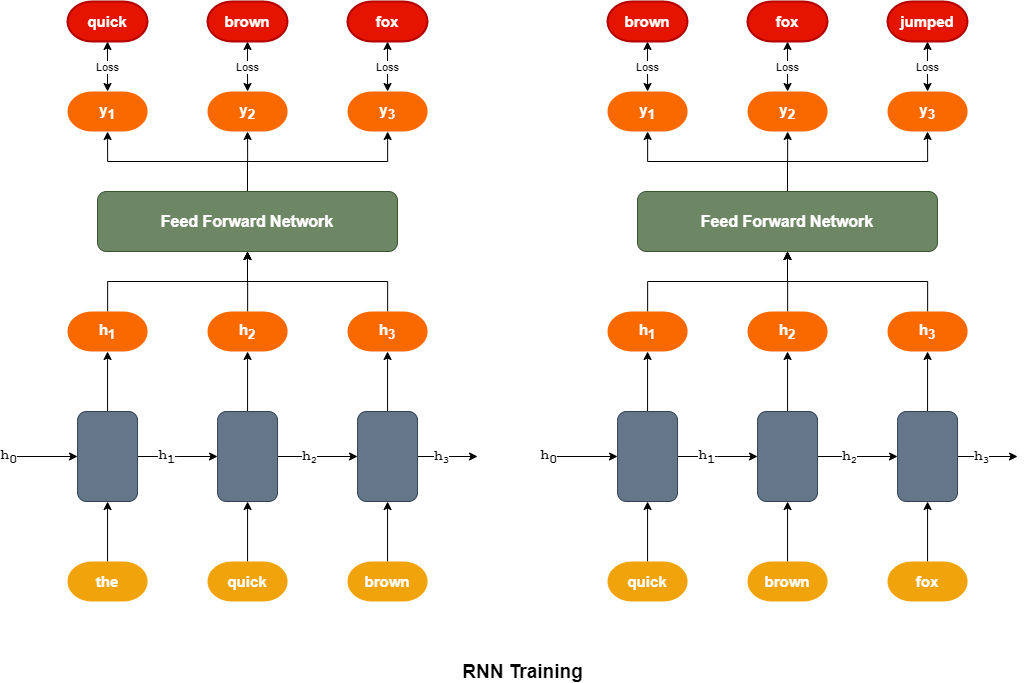
Before: images/rnn_architecture.png, a diagram exported from draw.io (manujosephv/language_model_zero_to_hero). Source tidied: cells renumbered, new cells last; positions are measured from the earlier drawing's top-left corner, leaving out a move shared by most shapes.
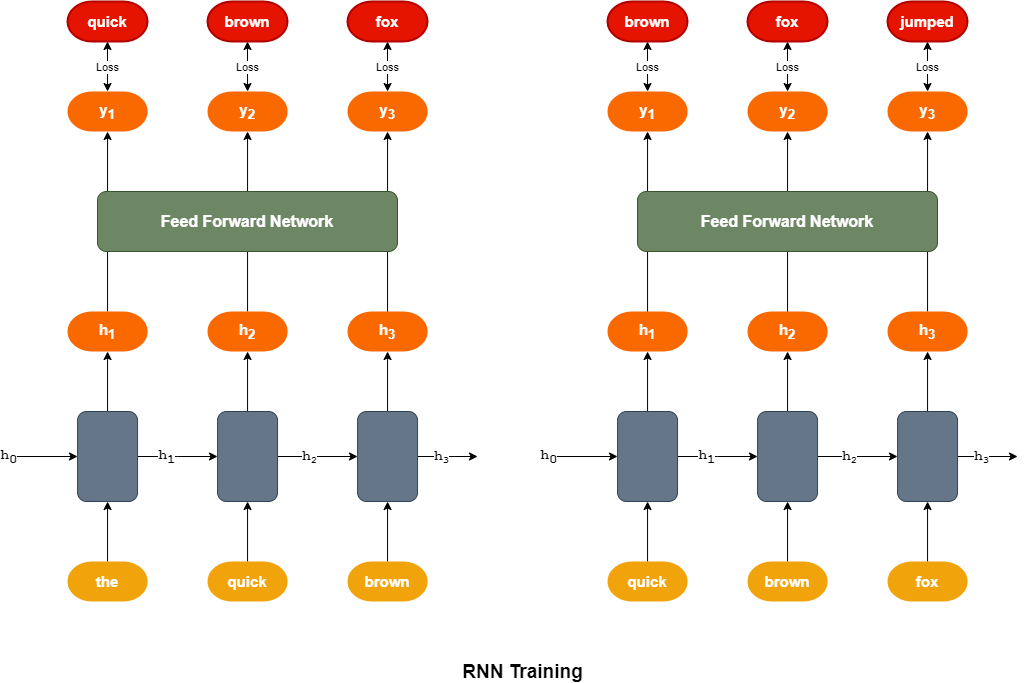
Above is the later version.

Diff of the diagram source:
```diff
@@ -225,63 +225,45 @@
     <mxCell id="60" value="&lt;font style=&quot;font-size: 19px&quot;&gt;&lt;b&gt;RNN Training&lt;/b&gt;&lt;/font&gt;" style="text;html=1;align=center;verticalAlign=middle;" parent="1" vertex="1">
       <mxGeometry x="445" y="660" width="140" height="20" as="geometry" />
     </mxCell>
-    <mxCell id="61" style="edgeStyle=orthogonalEdgeStyle;rounded=0;jettySize=auto;html=1;" parent="1" edge="1" source="62" target="76">
-      <mxGeometry relative="1" as="geometry" />
-    </mxCell>
+    <mxCell id="81" style="edgeStyle=orthogonalEdgeStyle;rounded=0;jettySize=auto;html=1;" parent="1" edge="1" source="62" target="7">
+      <mxGeometry relative="1" as="geometry" />
+    </mxCell>
     <mxCell id="62" value="&lt;span style=&quot;font-size: 15px&quot;&gt;&lt;b&gt;h&lt;sub&gt;1&lt;/sub&gt;&lt;/b&gt;&lt;/span&gt;" style="strokeWidth=2;html=1;shape=mxgraph.flowchart.terminator;whiteSpace=wrap;fillColor=#fa6800;fontColor=#ffffff;strokeColor=none;" parent="1" vertex="1">
       <mxGeometry x="60.1" y="310" width="80" height="40" as="geometry" />
     </mxCell>
-    <mxCell id="63" style="edgeStyle=orthogonalEdgeStyle;rounded=0;jettySize=auto;html=1;" parent="1" edge="1" source="64" target="76">
-      <mxGeometry relative="1" as="geometry" />
-    </mxCell>
+    <mxCell id="82" style="edgeStyle=orthogonalEdgeStyle;rounded=0;jettySize=auto;html=1;" parent="1" edge="1" source="64" target="13">
+      <mxGeometry relative="1" as="geometry" />
+    </mxCell>
     <mxCell id="64" value="&lt;span style=&quot;font-size: 15px&quot;&gt;&lt;b&gt;h&lt;sub&gt;2&lt;/sub&gt;&lt;/b&gt;&lt;/span&gt;" style="strokeWidth=2;html=1;shape=mxgraph.flowchart.terminator;whiteSpace=wrap;fillColor=#fa6800;fontColor=#ffffff;strokeColor=none;" parent="1" vertex="1">
       <mxGeometry x="200.1" y="310" width="80" height="40" as="geometry" />
     </mxCell>
-    <mxCell id="65" style="edgeStyle=orthogonalEdgeStyle;rounded=0;jettySize=auto;html=1;" parent="1" edge="1" source="66" target="76">
-      <mxGeometry relative="1" as="geometry" />
-    </mxCell>
+    <mxCell id="83" style="edgeStyle=orthogonalEdgeStyle;rounded=0;jettySize=auto;html=1;entryX=0.5;entryY=1;entryDx=0;entryDy=0;entryPerimeter=0;" parent="1" edge="1" source="66" target="19">
+      <mxGeometry relative="1" as="geometry" />
+    </mxCell>
     <mxCell id="66" value="&lt;span style=&quot;font-size: 15px&quot;&gt;&lt;b&gt;h&lt;sub&gt;3&lt;/sub&gt;&lt;/b&gt;&lt;/span&gt;" style="strokeWidth=2;html=1;shape=mxgraph.flowchart.terminator;whiteSpace=wrap;fillColor=#fa6800;fontColor=#ffffff;strokeColor=none;" parent="1" vertex="1">
       <mxGeometry x="340.1" y="310" width="80" height="40" as="geometry" />
     </mxCell>
-    <mxCell id="67" style="edgeStyle=orthogonalEdgeStyle;rounded=0;jettySize=auto;html=1;" parent="1" edge="1" source="68" target="80">
-      <mxGeometry relative="1" as="geometry" />
-    </mxCell>
+    <mxCell id="84" style="edgeStyle=orthogonalEdgeStyle;rounded=0;jettySize=auto;html=1;entryX=0.5;entryY=1;entryDx=0;entryDy=0;entryPerimeter=0;" parent="1" edge="1" source="68" target="36">
+      <mxGeometry relative="1" as="geometry" />
+    </mxCell>
     <mxCell id="68" value="&lt;span style=&quot;font-size: 15px&quot;&gt;&lt;b&gt;h&lt;sub&gt;1&lt;/sub&gt;&lt;/b&gt;&lt;/span&gt;" style="strokeWidth=2;html=1;shape=mxgraph.flowchart.terminator;whiteSpace=wrap;fillColor=#fa6800;fontColor=#ffffff;strokeColor=none;" parent="1" vertex="1">
       <mxGeometry x="600.1" y="310" width="80" height="40" as="geometry" />
     </mxCell>
-    <mxCell id="69" style="edgeStyle=orthogonalEdgeStyle;rounded=0;jettySize=auto;html=1;" parent="1" edge="1" source="70" target="80">
-      <mxGeometry relative="1" as="geometry" />
-    </mxCell>
+    <mxCell id="85" style="edgeStyle=orthogonalEdgeStyle;rounded=0;jettySize=auto;html=1;entryX=0.5;entryY=1;entryDx=0;entryDy=0;entryPerimeter=0;" parent="1" edge="1" source="70" target="42">
+      <mxGeometry relative="1" as="geometry" />
+    </mxCell>
     <mxCell id="70" value="&lt;span style=&quot;font-size: 15px&quot;&gt;&lt;b&gt;h&lt;sub&gt;2&lt;/sub&gt;&lt;/b&gt;&lt;/span&gt;" style="strokeWidth=2;html=1;shape=mxgraph.flowchart.terminator;whiteSpace=wrap;fillColor=#fa6800;fontColor=#ffffff;strokeColor=none;" parent="1" vertex="1">
       <mxGeometry x="740.1" y="310" width="80" height="40" as="geometry" />
     </mxCell>
-    <mxCell id="71" style="edgeStyle=orthogonalEdgeStyle;rounded=0;jettySize=auto;html=1;" parent="1" edge="1" source="72" target="80">
-      <mxGeometry relative="1" as="geometry" />
-    </mxCell>
+    <mxCell id="86" style="edgeStyle=orthogonalEdgeStyle;rounded=0;jettySize=auto;html=1;" parent="1" edge="1" source="72" target="48">
+      <mxGeometry relative="1" as="geometry" />
+    </mxCell>
     <mxCell id="72" value="&lt;span style=&quot;font-size: 15px&quot;&gt;&lt;b&gt;h&lt;sub&gt;3&lt;/sub&gt;&lt;/b&gt;&lt;/span&gt;" style="strokeWidth=2;html=1;shape=mxgraph.flowchart.terminator;whiteSpace=wrap;fillColor=#fa6800;fontColor=#ffffff;strokeColor=none;" parent="1" vertex="1">
       <mxGeometry x="880.1" y="310" width="80" height="40" as="geometry" />
     </mxCell>
-    <mxCell id="73" style="edgeStyle=orthogonalEdgeStyle;rounded=0;jettySize=auto;html=1;entryX=0.5;entryY=1;entryDx=0;entryDy=0;entryPerimeter=0;" parent="1" edge="1" source="76" target="7">
-      <mxGeometry relative="1" as="geometry" />
-    </mxCell>
-    <mxCell id="74" style="edgeStyle=orthogonalEdgeStyle;rounded=0;jettySize=auto;html=1;entryX=0.5;entryY=1;entryDx=0;entryDy=0;entryPerimeter=0;" parent="1" edge="1" source="76" target="13">
-      <mxGeometry relative="1" as="geometry" />
-    </mxCell>
-    <mxCell id="75" style="edgeStyle=orthogonalEdgeStyle;rounded=0;jettySize=auto;html=1;" parent="1" edge="1" source="76" target="19">
-      <mxGeometry relative="1" as="geometry" />
-    </mxCell>
     <mxCell id="76" value="&lt;b&gt;&lt;font style=&quot;font-size: 16px&quot;&gt;Feed Forward Network&lt;/font&gt;&lt;/b&gt;" style="rounded=1;whiteSpace=wrap;html=1;fillColor=#6d8764;strokeColor=#3A5431;fontColor=#ffffff;" parent="1" vertex="1">
       <mxGeometry x="90" y="190" width="300" height="60" as="geometry" />
     </mxCell>
-    <mxCell id="77" style="edgeStyle=orthogonalEdgeStyle;rounded=0;jettySize=auto;html=1;" parent="1" edge="1" source="80" target="42">
-      <mxGeometry relative="1" as="geometry" />
-    </mxCell>
-    <mxCell id="78" style="edgeStyle=orthogonalEdgeStyle;rounded=0;jettySize=auto;html=1;" parent="1" edge="1" source="80" target="36">
-      <mxGeometry relative="1" as="geometry" />
-    </mxCell>
-    <mxCell id="79" style="edgeStyle=orthogonalEdgeStyle;rounded=0;jettySize=auto;html=1;entryX=0.5;entryY=1;entryDx=0;entryDy=0;entryPerimeter=0;" parent="1" edge="1" source="80" target="48">
-      <mxGeometry relative="1" as="geometry" />
-    </mxCell>
     <mxCell id="80" value="&lt;b&gt;&lt;font style=&quot;font-size: 16px&quot;&gt;Feed Forward Network&lt;/font&gt;&lt;/b&gt;" style="rounded=1;whiteSpace=wrap;html=1;fillColor=#6d8764;strokeColor=#3A5431;fontColor=#ffffff;" parent="1" vertex="1">
       <mxGeometry x="630" y="190" width="300" height="60" as="geometry" />
     </mxCell>
```
